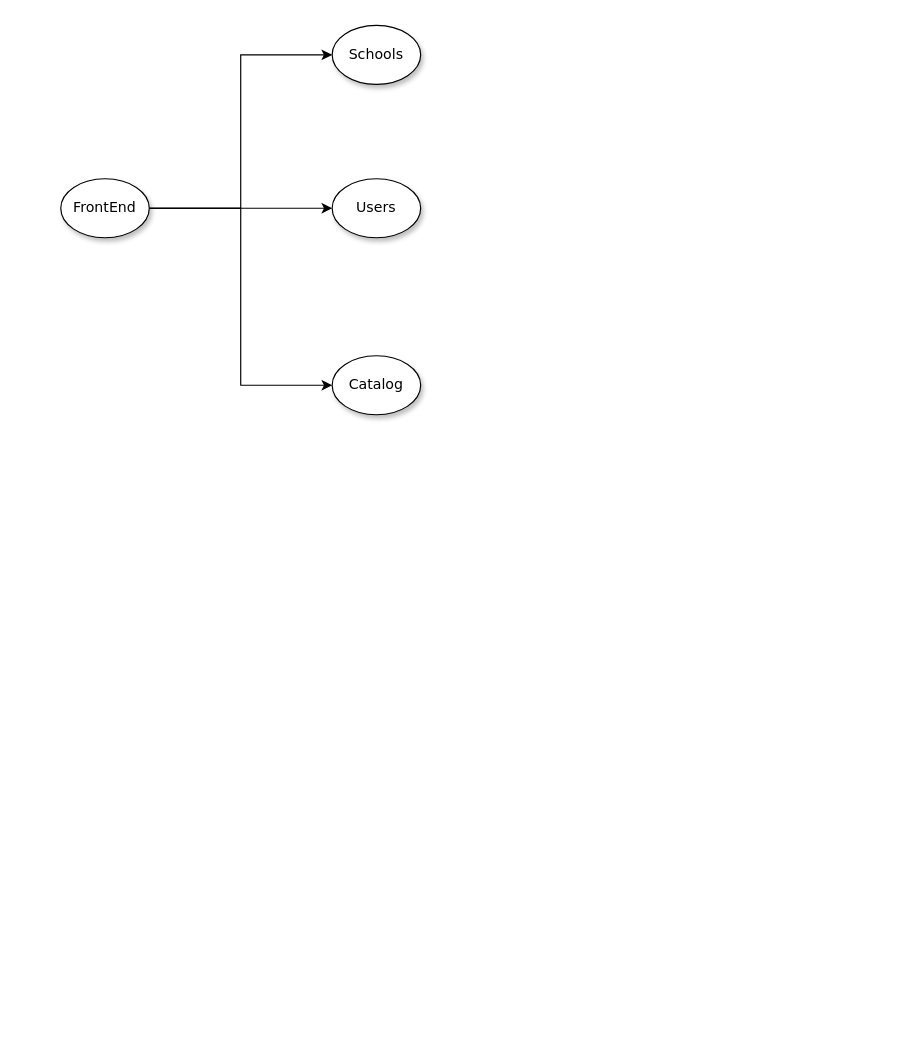
Earlier version of the draw.io diagram Untitled Diagram.drawio (bugcy013/ckad-preparation). Source tidied: cells renumbered, new cells numbered last; positions are measured from the earlier drawing's top-left corner, leaving out a move shared by most shapes. Both pictures are drawn from the tidied source at 118%, with x=0, y=0 at pixel (60, 25).
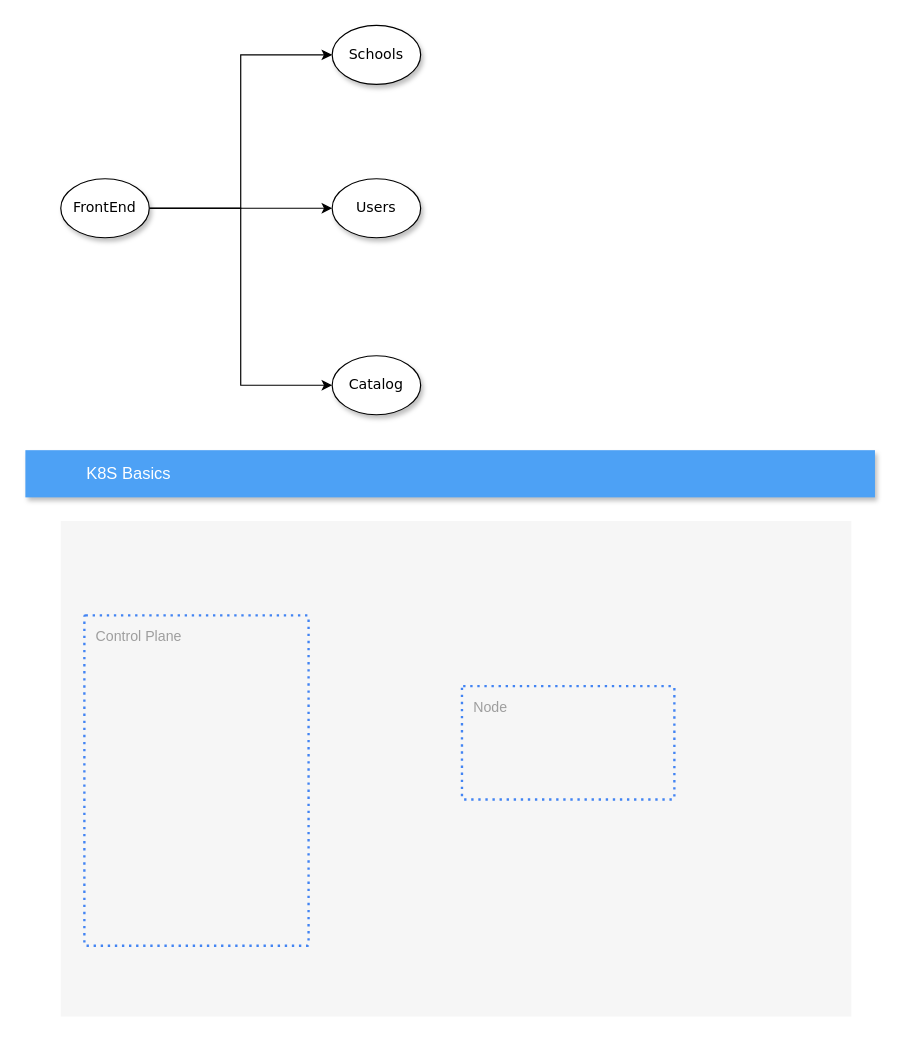
After the change.

Commit message:
Added the diagram of k8s that needs to be filled

The edit, as a diff of the source:
```diff
@@
 <mxGraphModel background="#ffffff">
   <root>
     <mxCell id="0" />
     <mxCell id="1" parent="0" />
     <mxCell id="2" value="&lt;span&gt;Schools&lt;/span&gt;" style="ellipse;whiteSpace=wrap;html=1;rounded=0;shadow=1;comic=0;labelBackgroundColor=none;strokeWidth=1;fontFamily=Verdana;fontSize=12;align=center;" parent="1" vertex="1">
       <mxGeometry x="230" width="75" height="50" as="geometry" />
     </mxCell>
     <mxCell id="3" value="&lt;span&gt;Users&lt;/span&gt;" style="ellipse;whiteSpace=wrap;html=1;rounded=0;shadow=1;comic=0;labelBackgroundColor=none;strokeWidth=1;fontFamily=Verdana;fontSize=12;align=center;" parent="1" vertex="1">
       <mxGeometry x="230" y="130" width="75" height="50" as="geometry" />
     </mxCell>
     <mxCell id="4" style="edgeStyle=orthogonalEdgeStyle;rounded=0;jettySize=auto;html=1;entryX=0;entryY=0.5;entryDx=0;entryDy=0;" parent="1" edge="1" source="7" target="2">
       <mxGeometry relative="1" as="geometry" />
     </mxCell>
     <mxCell id="5" style="edgeStyle=orthogonalEdgeStyle;rounded=0;jettySize=auto;html=1;" parent="1" edge="1" source="7" target="3">
       <mxGeometry relative="1" as="geometry" />
     </mxCell>
     <mxCell id="6" style="edgeStyle=orthogonalEdgeStyle;rounded=0;jettySize=auto;html=1;entryX=0;entryY=0.5;entryDx=0;entryDy=0;" parent="1" edge="1" source="7" target="8">
       <mxGeometry relative="1" as="geometry" />
     </mxCell>
     <mxCell id="7" value="FrontEnd" style="ellipse;whiteSpace=wrap;html=1;rounded=0;shadow=1;comic=0;labelBackgroundColor=none;strokeWidth=1;fontFamily=Verdana;fontSize=12;align=center;" parent="1" vertex="1">
       <mxGeometry y="130" width="75" height="50" as="geometry" />
     </mxCell>
     <mxCell id="8" value="&lt;span&gt;Catalog&lt;/span&gt;" style="ellipse;whiteSpace=wrap;html=1;rounded=0;shadow=1;comic=0;labelBackgroundColor=none;strokeWidth=1;fontFamily=Verdana;fontSize=12;align=center;" parent="1" vertex="1">
       <mxGeometry x="230" y="280" width="75" height="50" as="geometry" />
     </mxCell>
+    <mxCell id="9" style="fillColor=#F6F6F6;strokeColor=none;shadow=0;gradientColor=none;fontSize=14;align=left;spacing=10;fontColor=#717171;9E9E9E;verticalAlign=top;spacingTop=-4;fontStyle=0;spacingLeft=40;html=1;" parent="1" vertex="1">
+      <mxGeometry y="420" width="670" height="420" as="geometry" />
+    </mxCell>
+    <mxCell id="10" value="Node" style="rounded=1;absoluteArcSize=1;arcSize=2;html=1;strokeColor=#4284F3;gradientColor=none;shadow=0;dashed=1;fontSize=12;fontColor=#9E9E9E;align=left;verticalAlign=top;spacing=10;spacingTop=-4;fillColor=none;dashPattern=1 2;strokeWidth=2;" parent="1" vertex="1">
+      <mxGeometry x="340" y="560" width="180" height="96" as="geometry" />
+    </mxCell>
+    <mxCell id="11" value="Control Plane" style="rounded=1;absoluteArcSize=1;arcSize=2;html=1;strokeColor=#4284F3;gradientColor=none;shadow=0;dashed=1;fontSize=12;fontColor=#9E9E9E;align=left;verticalAlign=top;spacing=10;spacingTop=-4;fillColor=none;dashPattern=1 2;strokeWidth=2;" parent="1" vertex="1">
+      <mxGeometry x="20" y="500" width="190" height="280" as="geometry" />
+    </mxCell>
+    <mxCell id="12" value="K8S Basics" style="fillColor=#4DA1F5;strokeColor=none;shadow=1;gradientColor=none;fontSize=14;align=left;spacingLeft=50;fontColor=#ffffff;html=1;" parent="1" vertex="1">
+      <mxGeometry x="-30" y="360" width="720" height="40" as="geometry" />
+    </mxCell>
   </root>
 </mxGraphModel>
```
